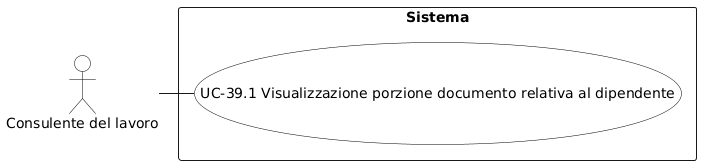
Above: RTB/Analisi dei Requisiti/diagrammi_use_case/UC-39.1.png in aLittleByte-19/Documentazione (PlantUML), before the change.
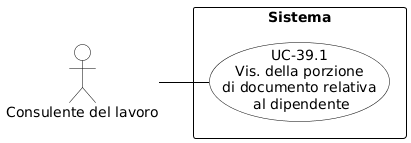
The same diagram one commit later.

What changed in the source:
```diff
@@ -1,20 +1,29 @@
 @startuml
-skinparam backgroundColor white
+skinparam shadowing false
+skinparam defaultFontName Arial
+left to right direction
+skinparam nodesep 15
+skinparam ranksep 50
+
+skinparam usecase {
+    BackgroundColor white
+    BorderColor black
+    ArrowColor black
+}
 skinparam actor {
-  BackgroundColor white
-  BorderColor black
-  FontColor black
+    BackgroundColor white
+    BorderColor black
 }
-skinparam usecase {
-  BackgroundColor white
-  BorderColor black
-  FontColor black
+skinparam rectangle {
+    BorderColor black
+    FontStyle bold
 }
-actor "Consulente del lavoro" as C
+
+actor "Consulente del lavoro" as CL
 
 rectangle "Sistema" {
-  (UC-39.1 Visualizzazione porzione documento relativa al dipendente)
+    usecase "UC-39.1\nVis. della porzione\ndi documento relativa\n al dipendente" as UC39_1
 }
 
-C - (UC-39.1 Visualizzazione porzione documento relativa al dipendente)
+CL -- UC39_1
 @enduml
```
